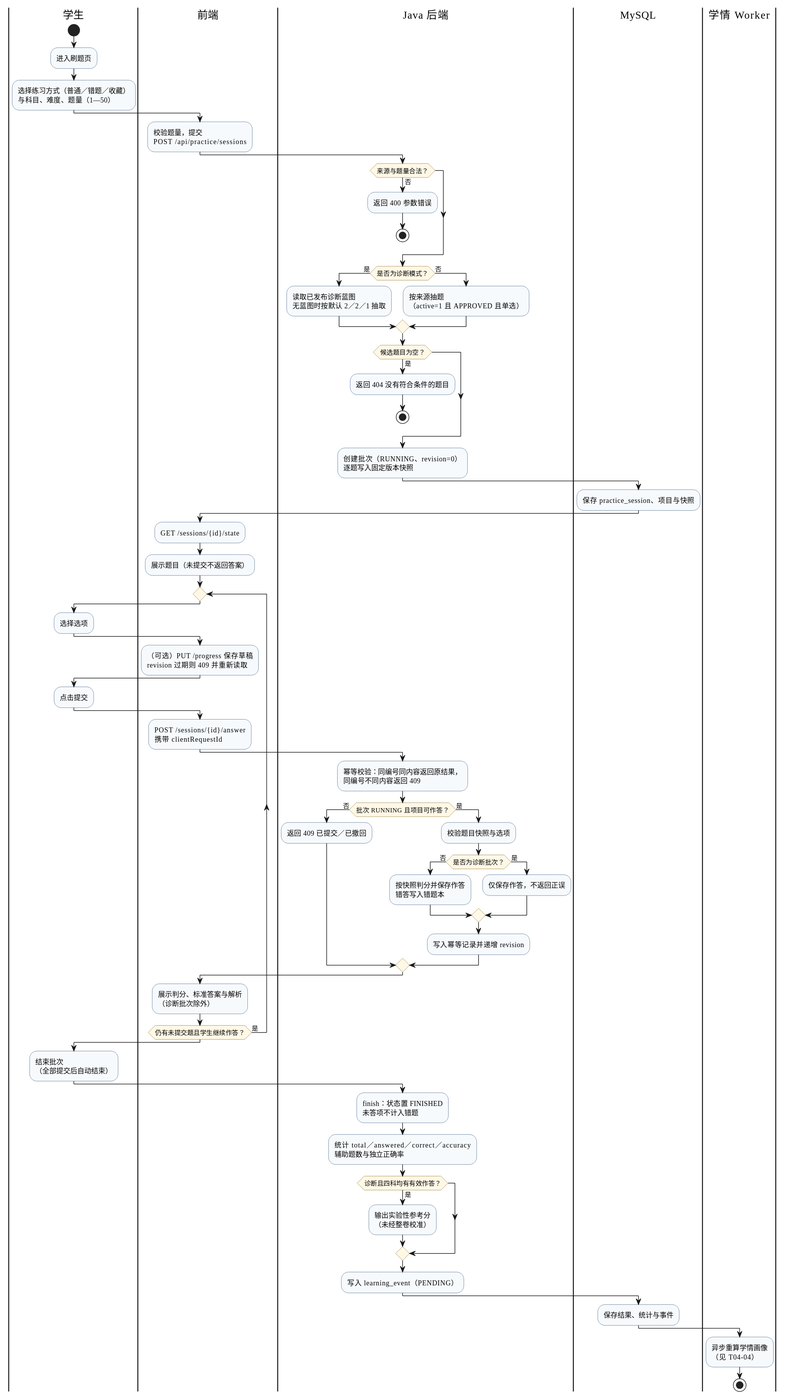
Before: docs/coursework-02/system/uml/export/T04-03_练习与诊断活动图.svg, a diagram exported from PlantUML (5-bin/kaoyan-agent-platform).
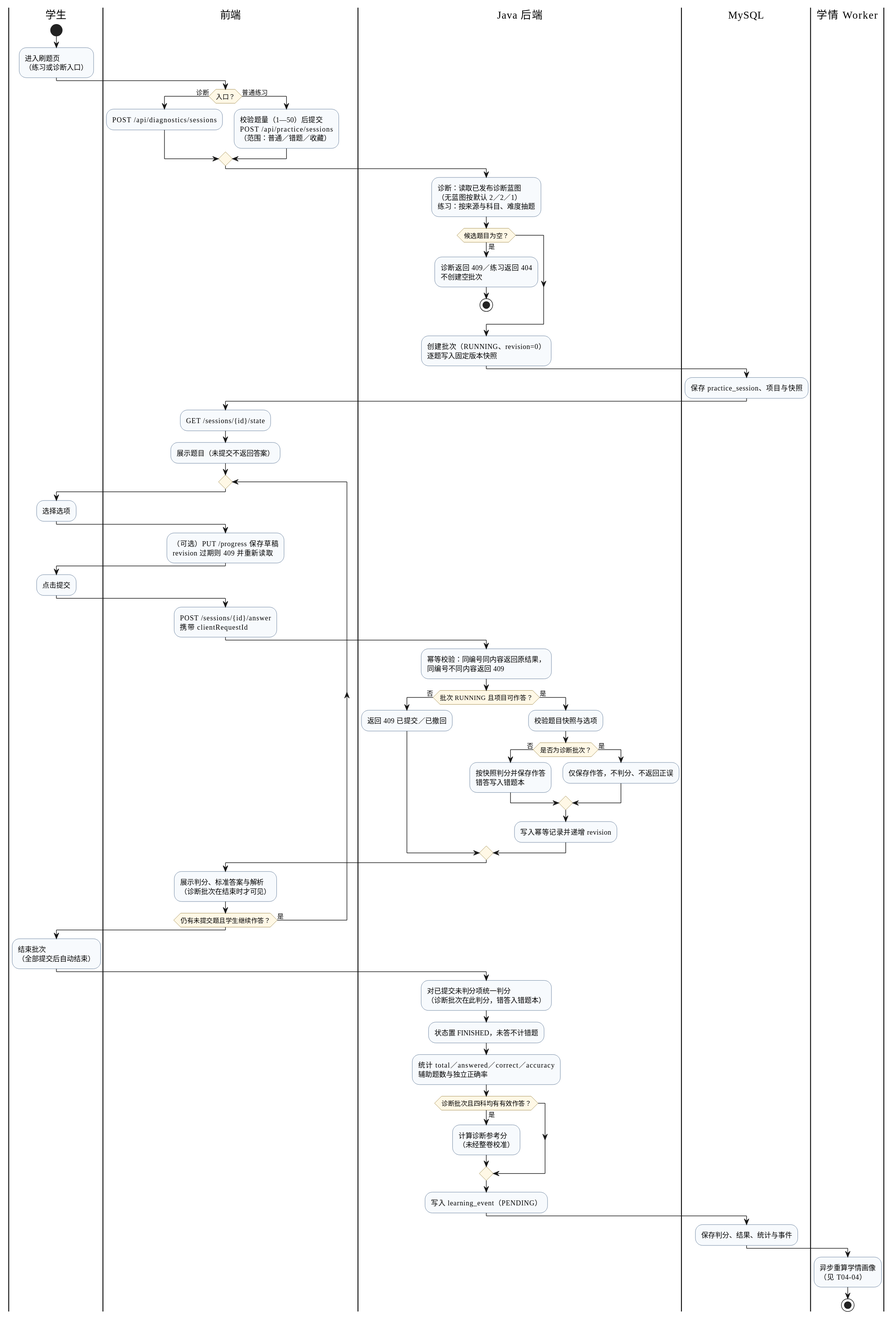
After the change.

What changed in the source:
```diff
@@ -9,22 +9,17 @@
 
 |学生|
 start
-:进入刷题页;
-:选择练习方式（普通／错题／收藏）\n与科目、难度、题量（1—50）;
+:进入刷题页\n（练习或诊断入口）;
 |前端|
-:校验题量，提交\nPOST /api/practice/sessions;
+if (入口？) then (诊断)
+  :POST /api/diagnostics/sessions;
+else (普通练习)
+  :校验题量（1—50）后提交\nPOST /api/practice/sessions\n（范围：普通／错题／收藏）;
+endif
 |Java 后端|
-if (来源与题量合法？) then (否)
-  :返回 400 参数错误;
-  stop
-endif
-if (是否为诊断模式？) then (是)
-  :读取已发布诊断蓝图\n无蓝图时按默认 2／2／1 抽取;
-else (否)
-  :按来源抽题\n（active=1 且 APPROVED 且单选）;
-endif
+:诊断：读取已发布诊断蓝图\n（无蓝图按默认 2／2／1）\n练习：按来源与科目、难度抽题;
 if (候选题目为空？) then (是)
-  :返回 404 没有符合条件的题目;
+  :诊断返回 409／练习返回 404\n不创建空批次;
   stop
 endif
 :创建批次（RUNNING、revision=0）\n逐题写入固定版本快照;
@@ -51,24 +46,25 @@
     if (是否为诊断批次？) then (否)
       :按快照判分并保存作答\n错答写入错题本;
     else (是)
-      :仅保存作答，不返回正误;
+      :仅保存作答，不判分、不返回正误;
     endif
     :写入幂等记录并递增 revision;
   endif
   |前端|
-  :展示判分、标准答案与解析\n（诊断批次除外）;
+  :展示判分、标准答案与解析\n（诊断批次在结束时才可见）;
 repeat while (仍有未提交题且学生继续作答？) is (是)
 |学生|
 :结束批次\n（全部提交后自动结束）;
 |Java 后端|
-:finish：状态置 FINISHED\n未答项不计入错题;
+:对已提交未判分项统一判分\n（诊断批次在此判分，错答入错题本）;
+:状态置 FINISHED，未答不计错题;
 :统计 total／answered／correct／accuracy\n辅助题数与独立正确率;
-if (诊断且四科均有有效作答？) then (是)
-  :输出实验性参考分\n（未经整卷校准）;
+if (诊断批次且四科均有有效作答？) then (是)
+  :计算诊断参考分\n（未经整卷校准）;
 endif
 :写入 learning_event（PENDING）;
 |MySQL|
-:保存结果、统计与事件;
+:保存判分、结果、统计与事件;
 |学情 Worker|
 :异步重算学情画像\n（见 T04-04）;
 stop
```
